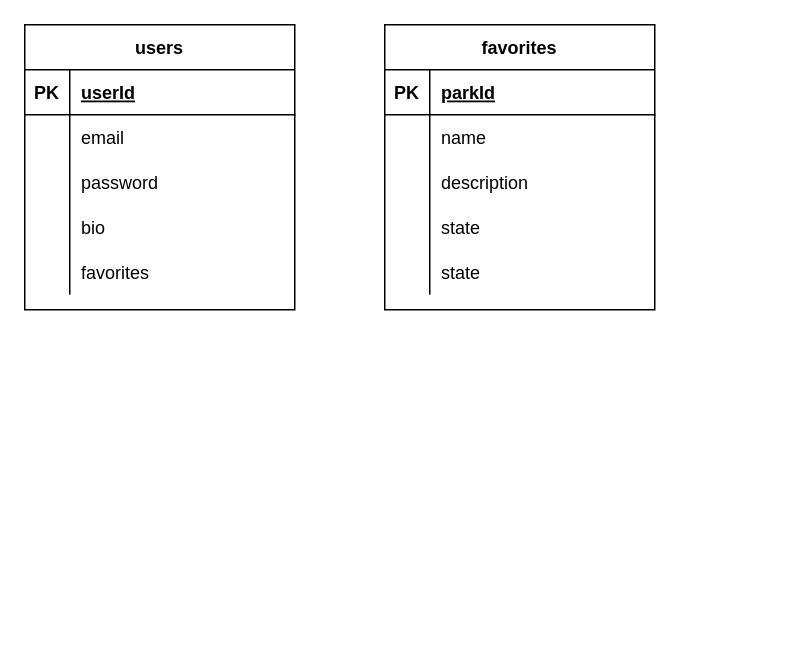
Earlier version of the draw.io diagram ERD.drawio (Shazammon/Project2). Source tidied: cells renumbered, new cells numbered last; positions are measured from the earlier drawing's top-left corner, leaving out a move shared by most shapes. Both pictures are drawn from the tidied source at 150%, with x=0, y=0 at pixel (24, 24).
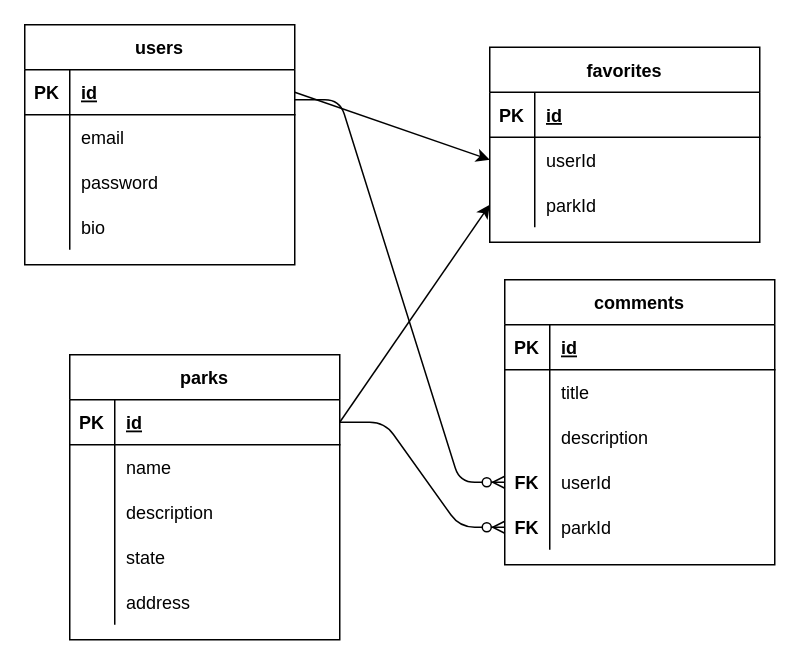
The same diagram, later.

The change refers to these unchanged cells:
```xml
<mxCell id="3" style="shape=partialRectangle;fillColor=none;top=0;left=0;bottom=1;right=0;points=[[0,0.5],[1,0.5]];portConstraint=eastwest;" parent="2" vertex="1">
  <mxGeometry y="30" width="180" height="30" as="geometry" />
</mxCell>
<mxCell id="19" style="shape=partialRectangle;fillColor=none;top=0;left=0;bottom=1;right=0;points=[[0,0.5],[1,0.5]];portConstraint=eastwest;" parent="18" vertex="1">
  <mxGeometry y="30" width="180" height="30" as="geometry" />
</mxCell>
<mxCell id="31" style="shape=partialRectangle;fillColor=none;top=0;left=0;bottom=0;right=0;" parent="18" vertex="1">
  <mxGeometry y="150" width="180" height="30" as="geometry" />
</mxCell>
```

Change to the diagram source:
```diff
@@
     <mxCell id="2" value="users" style="shape=table;startSize=30;childLayout=tableLayout;rowLines=0;fontStyle=1;align=center;" parent="1" vertex="1">
-      <mxGeometry width="180" height="190" as="geometry" />
+      <mxGeometry width="180" height="160" as="geometry" />
     </mxCell>
@@
-    <mxCell id="5" value="userId" style="shape=partialRectangle;fillColor=none;top=0;left=0;bottom=0;right=0;align=left;spacingLeft=6;fontStyle=5;overflow=hidden;" parent="3" vertex="1">
+    <mxCell id="5" value="id" style="shape=partialRectangle;fillColor=none;top=0;left=0;bottom=0;right=0;align=left;spacingLeft=6;fontStyle=5;overflow=hidden;" parent="3" vertex="1">
       <mxGeometry x="30" width="150" height="30" as="geometry" />
     </mxCell>
@@
-    <mxCell id="15" style="shape=partialRectangle;fillColor=none;top=0;left=0;bottom=0;right=0;points=[[0,0.5],[1,0.5]];portConstraint=eastwest;" parent="2" vertex="1">
-      <mxGeometry y="150" width="180" height="30" as="geometry" />
-    </mxCell>
-    <mxCell id="16" style="shape=partialRectangle;fillColor=none;top=0;left=0;bottom=0;right=0;overflow=hidden;" parent="15" vertex="1">
-      <mxGeometry width="30" height="30" as="geometry" />
-    </mxCell>
-    <mxCell id="17" value="favorites" style="shape=partialRectangle;fillColor=none;top=0;left=0;bottom=0;right=0;align=left;spacingLeft=6;overflow=hidden;" parent="15" vertex="1">
-      <mxGeometry x="30" width="150" height="30" as="geometry" />
-    </mxCell>
-    <mxCell id="18" value="favorites" style="shape=table;startSize=30;childLayout=tableLayout;rowLines=0;fontStyle=1;align=center;" parent="1" vertex="1">
-      <mxGeometry x="240" width="180" height="190" as="geometry" />
+    <mxCell id="18" value="parks" style="shape=table;startSize=30;childLayout=tableLayout;rowLines=0;fontStyle=1;align=center;" parent="1" vertex="1">
+      <mxGeometry x="30" y="220" width="180" height="190" as="geometry" />
     </mxCell>
@@
-    <mxCell id="21" value="parkId" style="shape=partialRectangle;fillColor=none;top=0;left=0;bottom=0;right=0;align=left;spacingLeft=6;fontStyle=5;overflow=hidden;" parent="19" vertex="1">
+    <mxCell id="21" value="id" style="shape=partialRectangle;fillColor=none;top=0;left=0;bottom=0;right=0;align=left;spacingLeft=6;fontStyle=5;overflow=hidden;" parent="19" vertex="1">
       <mxGeometry x="30" width="150" height="30" as="geometry" />
     </mxCell>
@@
-    <mxCell id="33" value="state" style="shape=partialRectangle;fillColor=none;top=0;left=0;bottom=0;right=0;align=left;spacingLeft=6;overflow=hidden;" parent="31" vertex="1">
+    <mxCell id="33" value="address" style="shape=partialRectangle;fillColor=none;top=0;left=0;bottom=0;right=0;align=left;spacingLeft=6;overflow=hidden;" parent="31" vertex="1">
       <mxGeometry x="30" width="150" height="30" as="geometry" />
     </mxCell>
+    <mxCell id="17" value="favorites" style="shape=table;startSize=30;childLayout=tableLayout;rowLines=0;fontStyle=1;align=center;" parent="1" vertex="1">
+      <mxGeometry x="310" y="15" width="180" height="130" as="geometry" />
+    </mxCell>
+    <mxCell id="34" style="shape=partialRectangle;fillColor=none;top=0;left=0;bottom=1;right=0;" parent="17" vertex="1">
+      <mxGeometry y="30" width="180" height="30" as="geometry" />
+    </mxCell>
+    <mxCell id="35" value="PK" style="shape=partialRectangle;fillColor=none;top=0;left=0;bottom=0;right=0;fontStyle=1;overflow=hidden;" parent="34" vertex="1">
+      <mxGeometry width="30" height="30" as="geometry" />
+    </mxCell>
+    <mxCell id="36" value="id" style="shape=partialRectangle;fillColor=none;top=0;left=0;bottom=0;right=0;align=left;spacingLeft=6;fontStyle=5;overflow=hidden;" parent="34" vertex="1">
+      <mxGeometry x="30" width="150" height="30" as="geometry" />
+    </mxCell>
+    <mxCell id="37" style="shape=partialRectangle;fillColor=none;top=0;left=0;bottom=0;right=0;points=[[0,0.5],[1,0.5]];portConstraint=eastwest;" parent="17" vertex="1">
+      <mxGeometry y="60" width="180" height="30" as="geometry" />
+    </mxCell>
+    <mxCell id="38" style="shape=partialRectangle;fillColor=none;top=0;left=0;bottom=0;right=0;overflow=hidden;" parent="37" vertex="1">
+      <mxGeometry width="30" height="30" as="geometry" />
+    </mxCell>
+    <mxCell id="39" value="userId" style="shape=partialRectangle;fillColor=none;top=0;left=0;bottom=0;right=0;align=left;spacingLeft=6;overflow=hidden;" parent="37" vertex="1">
+      <mxGeometry x="30" width="150" height="30" as="geometry" />
+    </mxCell>
+    <mxCell id="40" style="shape=partialRectangle;fillColor=none;top=0;left=0;bottom=0;right=0;points=[[0,0.5],[1,0.5]];portConstraint=eastwest;" parent="17" vertex="1">
+      <mxGeometry y="90" width="180" height="30" as="geometry" />
+    </mxCell>
+    <mxCell id="41" style="shape=partialRectangle;fillColor=none;top=0;left=0;bottom=0;right=0;overflow=hidden;" parent="40" vertex="1">
+      <mxGeometry width="30" height="30" as="geometry" />
+    </mxCell>
+    <mxCell id="42" value="parkId" style="shape=partialRectangle;fillColor=none;top=0;left=0;bottom=0;right=0;align=left;spacingLeft=6;overflow=hidden;" parent="40" vertex="1">
+      <mxGeometry x="30" width="150" height="30" as="geometry" />
+    </mxCell>
+    <mxCell id="43" value="comments" style="shape=table;startSize=30;childLayout=tableLayout;rowLines=0;fontStyle=1;align=center;" parent="1" vertex="1">
+      <mxGeometry x="320" y="170" width="180" height="190" as="geometry" />
+    </mxCell>
+    <mxCell id="44" style="shape=partialRectangle;fillColor=none;top=0;left=0;bottom=1;right=0;" parent="43" vertex="1">
+      <mxGeometry y="30" width="180" height="30" as="geometry" />
+    </mxCell>
+    <mxCell id="45" value="PK" style="shape=partialRectangle;fillColor=none;top=0;left=0;bottom=0;right=0;fontStyle=1;overflow=hidden;" parent="44" vertex="1">
+      <mxGeometry width="30" height="30" as="geometry" />
+    </mxCell>
+    <mxCell id="46" value="id" style="shape=partialRectangle;fillColor=none;top=0;left=0;bottom=0;right=0;align=left;spacingLeft=6;fontStyle=5;overflow=hidden;" parent="44" vertex="1">
+      <mxGeometry x="30" width="150" height="30" as="geometry" />
+    </mxCell>
+    <mxCell id="47" style="shape=partialRectangle;fillColor=none;top=0;left=0;bottom=0;right=0;" parent="43" vertex="1">
+      <mxGeometry y="60" width="180" height="30" as="geometry" />
+    </mxCell>
+    <mxCell id="48" style="shape=partialRectangle;fillColor=none;top=0;left=0;bottom=0;right=0;overflow=hidden;" parent="47" vertex="1">
+      <mxGeometry width="30" height="30" as="geometry" />
+    </mxCell>
+    <mxCell id="49" value="title" style="shape=partialRectangle;fillColor=none;top=0;left=0;bottom=0;right=0;align=left;spacingLeft=6;overflow=hidden;" parent="47" vertex="1">
+      <mxGeometry x="30" width="150" height="30" as="geometry" />
+    </mxCell>
+    <mxCell id="50" style="shape=partialRectangle;fillColor=none;top=0;left=0;bottom=0;right=0;" parent="43" vertex="1">
+      <mxGeometry y="90" width="180" height="30" as="geometry" />
+    </mxCell>
+    <mxCell id="51" style="shape=partialRectangle;fillColor=none;top=0;left=0;bottom=0;right=0;overflow=hidden;" parent="50" vertex="1">
+      <mxGeometry width="30" height="30" as="geometry" />
+    </mxCell>
+    <mxCell id="52" value="description" style="shape=partialRectangle;fillColor=none;top=0;left=0;bottom=0;right=0;align=left;spacingLeft=6;overflow=hidden;" parent="50" vertex="1">
+      <mxGeometry x="30" width="150" height="30" as="geometry" />
+    </mxCell>
+    <mxCell id="53" style="shape=partialRectangle;fillColor=none;top=0;left=0;bottom=0;right=0;points=[[0,0.5],[1,0.5]];portConstraint=eastwest;" parent="43" vertex="1">
+      <mxGeometry y="120" width="180" height="30" as="geometry" />
+    </mxCell>
+    <mxCell id="54" value="FK" style="shape=partialRectangle;fillColor=none;top=0;left=0;bottom=0;right=0;overflow=hidden;fontStyle=1;" parent="53" vertex="1">
+      <mxGeometry width="30" height="30" as="geometry" />
+    </mxCell>
+    <mxCell id="55" value="userId" style="shape=partialRectangle;fillColor=none;top=0;left=0;bottom=0;right=0;align=left;spacingLeft=6;overflow=hidden;" parent="53" vertex="1">
+      <mxGeometry x="30" width="150" height="30" as="geometry" />
+    </mxCell>
+    <mxCell id="15" style="shape=partialRectangle;fillColor=none;top=0;left=0;bottom=0;right=0;points=[[0,0.5],[1,0.5]];portConstraint=eastwest;" parent="43" vertex="1">
+      <mxGeometry y="150" width="180" height="30" as="geometry" />
+    </mxCell>
+    <mxCell id="56" value="FK" style="shape=partialRectangle;fillColor=none;top=0;left=0;bottom=0;right=0;overflow=hidden;fontStyle=1;" parent="15" vertex="1">
+      <mxGeometry width="30" height="30" as="geometry" />
+    </mxCell>
+    <mxCell id="57" value="parkId" style="shape=partialRectangle;fillColor=none;top=0;left=0;bottom=0;right=0;align=left;spacingLeft=6;overflow=hidden;" parent="15" vertex="1">
+      <mxGeometry x="30" width="150" height="30" as="geometry" />
+    </mxCell>
+    <mxCell id="58" style="edgeStyle=entityRelationEdgeStyle;fontSize=12;html=1;endArrow=ERzeroToMany;endFill=1;entryX=0;entryY=0.5;entryDx=0;entryDy=0;" parent="1" edge="1" target="53">
+      <mxGeometry relative="1" as="geometry">
+        <mxPoint x="180" y="50" as="sourcePoint" />
+      </mxGeometry>
+    </mxCell>
+    <mxCell id="59" style="edgeStyle=entityRelationEdgeStyle;fontSize=12;html=1;endArrow=ERzeroToMany;endFill=1;exitX=1;exitY=0.5;exitDx=0;exitDy=0;entryX=0;entryY=0.5;entryDx=0;entryDy=0;" parent="1" edge="1" source="19" target="15">
+      <mxGeometry relative="1" as="geometry" />
+    </mxCell>
+    <mxCell id="60" style="edgeStyle=none;html=1;exitX=1;exitY=0.5;exitDx=0;exitDy=0;entryX=0;entryY=0.5;entryDx=0;entryDy=0;" parent="1" edge="1" source="3" target="37">
+      <mxGeometry relative="1" as="geometry" />
+    </mxCell>
+    <mxCell id="61" style="edgeStyle=none;html=1;exitX=1;exitY=0.5;exitDx=0;exitDy=0;entryX=0;entryY=0.5;entryDx=0;entryDy=0;" parent="1" edge="1" source="19" target="40">
+      <mxGeometry relative="1" as="geometry" />
+    </mxCell>
```
